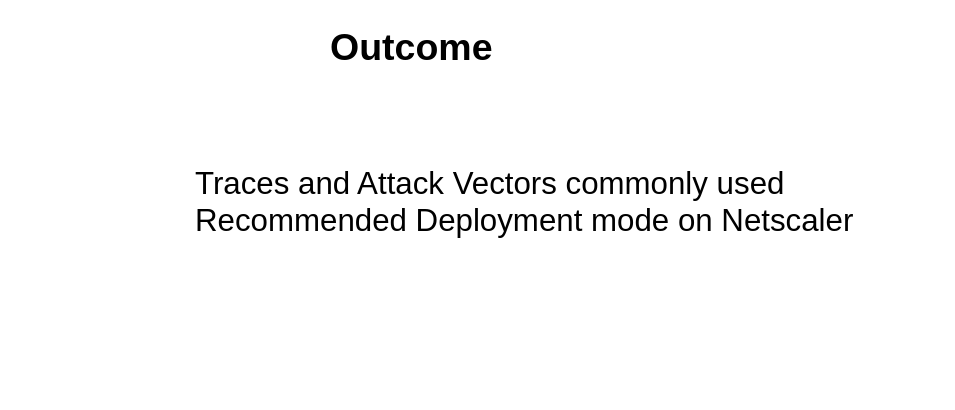
The draw.io diagram page "Page-7" (6 of 7) of HttpAttack Tools - study.drawio in premkumarsj/drawio, before the edit. Source tidied: cells renumbered, new cells numbered last; positions are measured from the earlier drawing's top-left corner, leaving out a move shared by most shapes. Both pictures are drawn from the tidied source at 125%, with x=0, y=0 at pixel (192, 21).
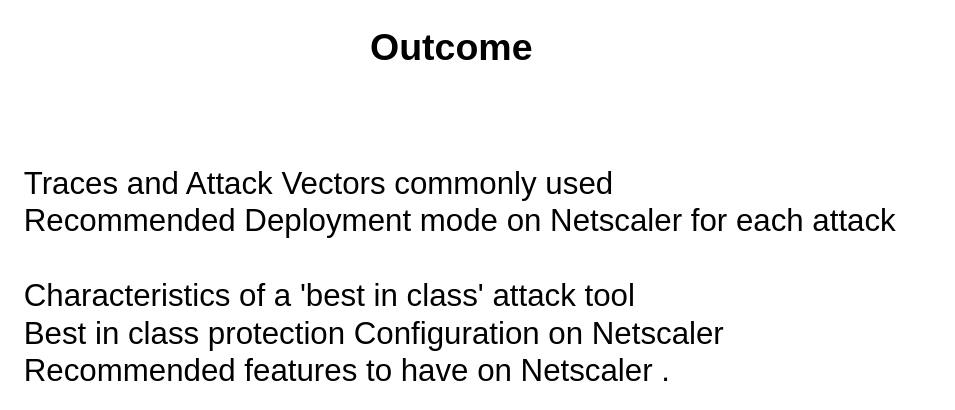
After the change.

The edit, as a diff of the source:
```diff
@@
 <mxGraphModel>
   <root>
     <mxCell id="0" />
     <mxCell id="1" parent="0" />
-    <mxCell id="2" value="&lt;br style=&quot;font-size: 25px;&quot;&gt;Traces and Attack Vectors commonly used&amp;nbsp;&lt;br style=&quot;font-size: 25px;&quot;&gt;Recommended Deployment mode on Netscaler&amp;nbsp;" style="text;html=1;align=left;verticalAlign=top;spacingTop=-4;fontSize=25;" parent="1" vertex="1">
-      <mxGeometry y="81" width="400" height="70" as="geometry" />
+    <mxCell id="2" value="&lt;br style=&quot;font-size: 25px&quot;&gt;Traces and Attack Vectors commonly used&amp;nbsp;&lt;br style=&quot;font-size: 25px&quot;&gt;Recommended Deployment mode on Netscaler for each attack&amp;nbsp;&amp;nbsp;&lt;br&gt;&lt;br&gt;Characteristics of a 'best in class' attack tool&amp;nbsp;&lt;br&gt;Best in class protection Configuration on Netscaler&amp;nbsp;&lt;br&gt;Recommended features to have on Netscaler ." style="text;html=1;align=left;verticalAlign=top;spacingTop=-4;fontSize=25;" parent="1" vertex="1">
+      <mxGeometry x="-137" y="81" width="730" height="210" as="geometry" />
     </mxCell>
     <mxCell id="3" value="&lt;span&gt;Outcome&amp;nbsp;&lt;/span&gt;" style="text;html=1;align=left;verticalAlign=top;spacingTop=-4;fontSize=30;fontStyle=1;" parent="1" vertex="1">
-      <mxGeometry x="108" width="150" height="40" as="geometry" />
+      <mxGeometry x="140" width="150" height="40" as="geometry" />
     </mxCell>
   </root>
 </mxGraphModel>
```
